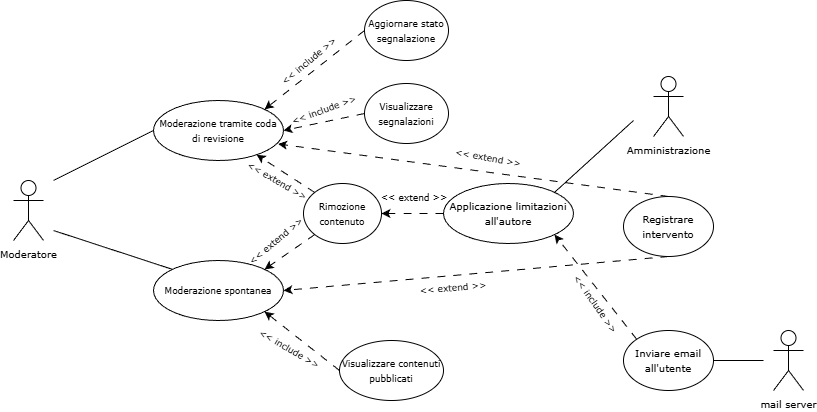
Above: img/usecase/Moderatore.png in Trento-Decide/Deliverable-1 (draw.io), before the change. Source tidied: cells renumbered, new cells last; positions are measured from the earlier drawing's top-left corner, leaving out a move shared by most shapes.
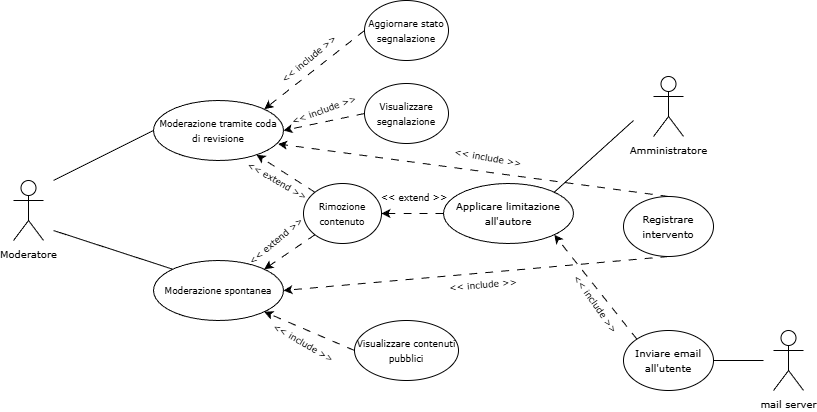
The same diagram one commit later.

Diff of the diagram source:
```diff
@@ -14,10 +14,10 @@
       <mxGeometry relative="1" as="geometry" />
     </mxCell>
     <mxCell id="5" value="&amp;lt;&amp;lt; include &amp;gt;&amp;gt;" style="text;html=1;whiteSpace=wrap;strokeColor=none;fillColor=none;align=center;verticalAlign=middle;rounded=0;fontSize=9;fontStyle=0;fontFamily=Verdana;rotation=30;" parent="1" vertex="1">
-      <mxGeometry x="236" y="334" width="80" height="30" as="geometry" />
+      <mxGeometry x="250" y="328" width="80" height="30" as="geometry" />
     </mxCell>
-    <mxCell id="6" value="&amp;lt;&amp;lt; extend &amp;gt;&amp;gt;" style="text;html=1;whiteSpace=wrap;strokeColor=none;fillColor=none;align=center;verticalAlign=middle;rounded=0;fontSize=9;fontStyle=0;fontFamily=Verdana;rotation=-5;" parent="1" vertex="1">
-      <mxGeometry x="400" y="273" width="80" height="30" as="geometry" />
+    <mxCell id="6" value="&amp;lt;&amp;lt; include &amp;gt;&amp;gt;" style="text;html=1;whiteSpace=wrap;strokeColor=none;fillColor=none;align=center;verticalAlign=middle;rounded=0;fontSize=9;fontStyle=0;fontFamily=Verdana;rotation=-5;" parent="1" vertex="1">
+      <mxGeometry x="430" y="270" width="80" height="30" as="geometry" />
     </mxCell>
     <mxCell id="7" value="&lt;font style=&quot;font-size: 9px;&quot; face=&quot;Verdana&quot;&gt;Moderazione tramite coda di revisione&lt;/font&gt;" style="ellipse;whiteSpace=wrap;html=1;" parent="1" vertex="1">
       <mxGeometry x="140" y="100" width="130" height="60" as="geometry" />
@@ -33,7 +33,7 @@
     <mxCell id="10" value="&lt;font style=&quot;font-size: 9px;&quot; face=&quot;Verdana&quot;&gt;Rimozione contenuto&lt;/font&gt;" style="ellipse;whiteSpace=wrap;html=1;" parent="1" vertex="1">
       <mxGeometry x="290" y="183" width="78" height="60" as="geometry" />
     </mxCell>
-    <mxCell id="11" value="&lt;font style=&quot;font-size: 9px;&quot; face=&quot;Verdana&quot;&gt;Visualizzare segnalazioni&lt;/font&gt;" style="ellipse;whiteSpace=wrap;html=1;" parent="1" vertex="1">
+    <mxCell id="11" value="&lt;font style=&quot;font-size: 9px;&quot; face=&quot;Verdana&quot;&gt;Visualizzare segnalazione&lt;/font&gt;" style="ellipse;whiteSpace=wrap;html=1;" parent="1" vertex="1">
       <mxGeometry x="351" y="83" width="84" height="60" as="geometry" />
     </mxCell>
     <mxCell id="12" style="endArrow=classic;html=1;rounded=1;dashed=1;dashPattern=8 8;curved=0;exitX=0;exitY=1;exitDx=0;exitDy=0;entryX=1;entryY=0;entryDx=0;entryDy=0;" parent="1" edge="1" source="10" target="8">
@@ -52,7 +52,7 @@
       <mxGeometry x="271" y="95" width="80" height="30" as="geometry" />
     </mxCell>
     <mxCell id="17" value="&amp;lt;&amp;lt; include &amp;gt;&amp;gt;" style="text;html=1;whiteSpace=wrap;strokeColor=none;fillColor=none;align=center;verticalAlign=middle;rounded=0;fontSize=9;fontStyle=0;fontFamily=Verdana;rotation=-40;" parent="1" vertex="1">
-      <mxGeometry x="256" y="46" width="80" height="30" as="geometry" />
+      <mxGeometry x="256" y="44" width="80" height="30" as="geometry" />
     </mxCell>
     <mxCell id="18" value="&lt;font style=&quot;font-size: 9px;&quot; face=&quot;Verdana&quot;&gt;Aggiornare stato segnalazione&lt;/font&gt;" style="ellipse;whiteSpace=wrap;html=1;" parent="1" vertex="1">
       <mxGeometry x="351" width="84" height="60" as="geometry" />
@@ -60,8 +60,8 @@
     <mxCell id="19" style="endArrow=classic;html=1;rounded=1;dashed=1;dashPattern=8 8;curved=0;exitX=0;exitY=0.5;exitDx=0;exitDy=0;entryX=1;entryY=0;entryDx=0;entryDy=0;" parent="1" edge="1" source="18" target="7">
       <mxGeometry relative="1" as="geometry" />
     </mxCell>
-    <mxCell id="20" value="&lt;font style=&quot;font-size: 9px;&quot; face=&quot;Verdana&quot;&gt;Visualizzare contenuti pubblicati&lt;/font&gt;" style="ellipse;whiteSpace=wrap;html=1;" parent="1" vertex="1">
-      <mxGeometry x="326" y="340" width="104" height="60" as="geometry" />
+    <mxCell id="20" value="&lt;font style=&quot;font-size: 9px;&quot; face=&quot;Verdana&quot;&gt;Visualizzare contenuti pubblici&lt;/font&gt;" style="ellipse;whiteSpace=wrap;html=1;" parent="1" vertex="1">
+      <mxGeometry x="341" y="320" width="104" height="60" as="geometry" />
     </mxCell>
     <mxCell id="21" style="endArrow=classic;html=1;rounded=1;dashed=1;dashPattern=8 8;curved=0;exitX=0;exitY=0.5;exitDx=0;exitDy=0;entryX=1;entryY=1;entryDx=0;entryDy=0;" parent="1" edge="1" source="20" target="8">
       <mxGeometry relative="1" as="geometry" />
@@ -75,10 +75,10 @@
     <mxCell id="24" style="endArrow=classic;html=1;rounded=1;dashed=1;dashPattern=8 8;curved=0;exitX=0.5;exitY=0;exitDx=0;exitDy=0;entryX=0.958;entryY=0.724;entryDx=0;entryDy=0;entryPerimeter=0;" parent="1" edge="1" source="22" target="7">
       <mxGeometry relative="1" as="geometry" />
     </mxCell>
-    <mxCell id="25" value="&amp;lt;&amp;lt; extend &amp;gt;&amp;gt;" style="text;html=1;whiteSpace=wrap;strokeColor=none;fillColor=none;align=center;verticalAlign=middle;rounded=0;fontSize=9;fontStyle=0;fontFamily=Verdana;rotation=10;" parent="1" vertex="1">
+    <mxCell id="25" value="&amp;lt;&amp;lt; include &amp;gt;&amp;gt;" style="text;html=1;whiteSpace=wrap;strokeColor=none;fillColor=none;align=center;verticalAlign=middle;rounded=0;fontSize=9;fontStyle=0;fontFamily=Verdana;rotation=10;" parent="1" vertex="1">
       <mxGeometry x="435" y="143" width="80" height="30" as="geometry" />
     </mxCell>
-    <mxCell id="26" value="&lt;font face=&quot;Verdana&quot; size=&quot;1&quot;&gt;Applicazione limitazioni all'autore&lt;/font&gt;" style="ellipse;whiteSpace=wrap;html=1;" parent="1" vertex="1">
+    <mxCell id="26" value="&lt;font face=&quot;Verdana&quot; size=&quot;1&quot;&gt;Applicare limitazione all'autore&lt;/font&gt;" style="ellipse;whiteSpace=wrap;html=1;" parent="1" vertex="1">
       <mxGeometry x="430" y="183" width="130" height="60" as="geometry" />
     </mxCell>
     <mxCell id="27" style="endArrow=classic;html=1;rounded=1;dashed=1;dashPattern=8 8;curved=0;exitX=0;exitY=0.5;exitDx=0;exitDy=0;entryX=1;entryY=0.5;entryDx=0;entryDy=0;" parent="1" edge="1" source="26" target="10">
@@ -87,7 +87,7 @@
     <mxCell id="28" value="&amp;lt;&amp;lt; extend &amp;gt;&amp;gt;" style="text;html=1;whiteSpace=wrap;strokeColor=none;fillColor=none;align=center;verticalAlign=middle;rounded=0;fontSize=9;fontStyle=0;fontFamily=Verdana;rotation=0;" parent="1" vertex="1">
       <mxGeometry x="361" y="183" width="80" height="30" as="geometry" />
     </mxCell>
-    <mxCell id="29" value="&lt;font face=&quot;Verdana&quot; style=&quot;font-size: 10px;&quot;&gt;Amministrazione&lt;/font&gt;" style="shape=umlActor;verticalLabelPosition=bottom;verticalAlign=top;html=1;" parent="1" vertex="1">
+    <mxCell id="29" value="&lt;font face=&quot;Verdana&quot; style=&quot;font-size: 10px;&quot;&gt;Amministratore&lt;/font&gt;" style="shape=umlActor;verticalLabelPosition=bottom;verticalAlign=top;html=1;" parent="1" vertex="1">
       <mxGeometry x="640" y="76" width="30" height="60" as="geometry" />
     </mxCell>
     <mxCell id="30" style="endArrow=none;html=1;rounded=1;curved=0;entryX=1;entryY=0;entryDx=0;entryDy=0;" parent="1" edge="1" target="26">
```
